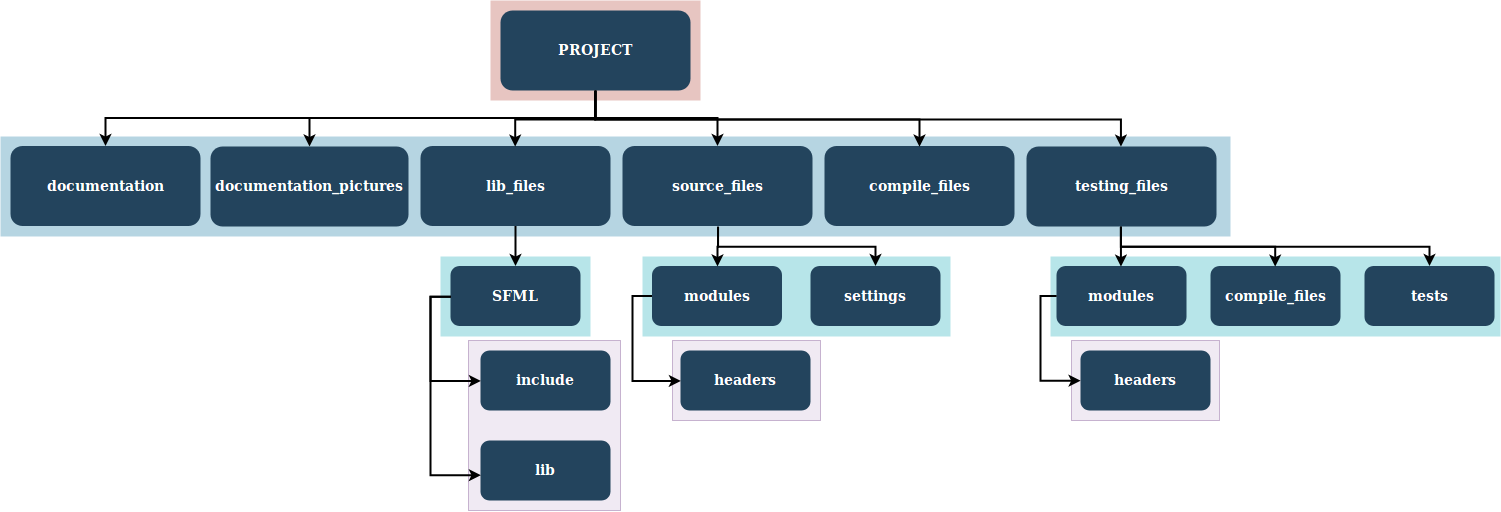
Denisson001/TP-project-game keeps this draw.io diagram as documentation_pictures/folders_diagram.png. Above is the earlier version. Source tidied: cells renumbered, new cells last; positions are measured from the earlier drawing's top-left corner, leaving out a move shared by most shapes.
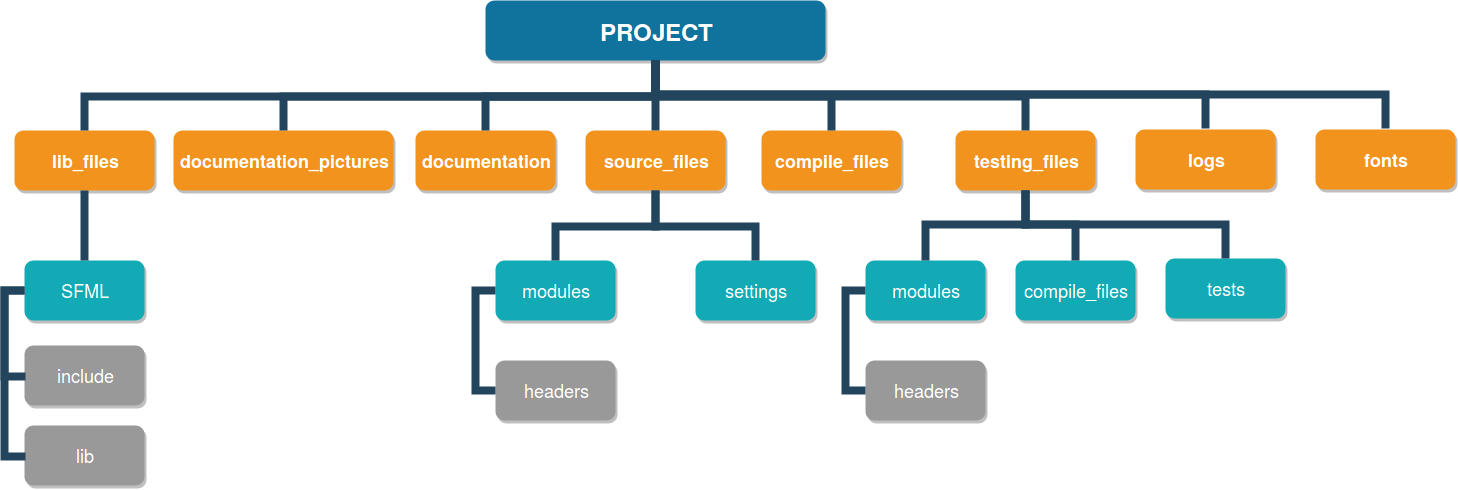
The same file after the commit.

Change to the diagram source:
```diff
@@ -2,152 +2,132 @@
   <root>
     <mxCell id="0" />
     <mxCell id="1" parent="0" />
-    <mxCell id="2" style="opacity=50;fillColor=#e1d5e7;strokeColor=#9673a6;" parent="1" vertex="1">
-      <mxGeometry x="1071" y="340" width="148" height="80" as="geometry" />
-    </mxCell>
-    <mxCell id="3" style="opacity=50;fillColor=#e1d5e7;strokeColor=#9673a6;" parent="1" vertex="1">
-      <mxGeometry x="672" y="340" width="148" height="80" as="geometry" />
-    </mxCell>
-    <mxCell id="4" style="opacity=50;fillColor=#e1d5e7;strokeColor=#9673a6;" parent="1" vertex="1">
-      <mxGeometry x="468" y="340" width="152" height="170" as="geometry" />
-    </mxCell>
-    <mxCell id="5" style="fillColor=#12AAB5;strokeColor=none;opacity=30;" parent="1" vertex="1">
-      <mxGeometry x="1050" y="256" width="450" height="80" as="geometry" />
-    </mxCell>
-    <mxCell id="6" style="fillColor=#12AAB5;strokeColor=none;opacity=30;" parent="1" vertex="1">
-      <mxGeometry x="642" y="256" width="308" height="80" as="geometry" />
-    </mxCell>
-    <mxCell id="7" style="fillColor=#12AAB5;strokeColor=none;opacity=30;" parent="1" vertex="1">
-      <mxGeometry x="440" y="256" width="150" height="80" as="geometry" />
-    </mxCell>
-    <mxCell id="8" style="fillColor=#AE4132;strokeColor=none;opacity=30;" parent="1" vertex="1">
-      <mxGeometry x="490" width="210" height="100" as="geometry" />
-    </mxCell>
-    <mxCell id="9" style="fillColor=#10739E;strokeColor=none;opacity=30;" parent="1" vertex="1">
-      <mxGeometry y="136" width="1230" height="100" as="geometry" />
-    </mxCell>
-    <mxCell id="10" value="PROJECT" style="rounded=1;fillColor=#23445D;gradientColor=none;strokeColor=none;fontColor=#FFFFFF;fontStyle=1;fontFamily=Tahoma;fontSize=14;" parent="1" vertex="1">
-      <mxGeometry x="500" y="10" width="190" height="80" as="geometry" />
+    <mxCell id="10" value="PROJECT" style="whiteSpace=wrap;rounded=1;shadow=1;fillColor=#10739E;strokeColor=none;fontColor=#FFFFFF;fontStyle=1;fontSize=24;" parent="1" vertex="1">
+      <mxGeometry x="506" y="-150" width="340" height="60" as="geometry" />
     </mxCell>
+    <mxCell id="15" value="documentation" style="whiteSpace=wrap;rounded=1;fillColor=#F2931E;strokeColor=none;shadow=1;fontColor=#FFFFFF;fontStyle=1;fontSize=18;" parent="1" vertex="1">
+      <mxGeometry x="436" y="-20" width="140" height="60" as="geometry" />
+    </mxCell>
-    <mxCell id="11" value="source_files" style="rounded=1;fillColor=#23445D;gradientColor=none;strokeColor=none;fontColor=#FFFFFF;fontStyle=1;fontFamily=Tahoma;fontSize=14;" parent="1" vertex="1">
-      <mxGeometry x="622" y="145.5" width="190" height="80" as="geometry" />
+    <mxCell id="11" value="documentation_pictures" style="whiteSpace=wrap;rounded=1;fillColor=#F2931E;strokeColor=none;shadow=1;fontColor=#FFFFFF;fontStyle=1;fontSize=18;" parent="1" vertex="1">
+      <mxGeometry x="194" y="-20" width="220" height="60" as="geometry" />
     </mxCell>
-    <mxCell id="12" style="edgeStyle=elbowEdgeStyle;elbow=vertical;strokeWidth=2;rounded=0;" parent="1" edge="1" source="10" target="11">
-      <mxGeometry x="337" y="215.5" as="geometry" />
-    </mxCell>
+    <mxCell id="32" value="testing_files" style="whiteSpace=wrap;rounded=1;fillColor=#F2931E;strokeColor=none;shadow=1;fontColor=#FFFFFF;fontStyle=1;fontSize=18;" parent="1" vertex="1">
+      <mxGeometry x="976" y="-20" width="140" height="60" as="geometry" />
+    </mxCell>
-    <mxCell id="13" value="lib_files" style="rounded=1;fillColor=#23445D;gradientColor=none;strokeColor=none;fontColor=#FFFFFF;fontStyle=1;fontFamily=Tahoma;fontSize=14;" parent="1" vertex="1">
-      <mxGeometry x="420" y="145.5" width="190" height="80" as="geometry" />
+    <mxCell id="13" value="lib_files" style="whiteSpace=wrap;rounded=1;fillColor=#F2931E;strokeColor=none;shadow=1;fontColor=#FFFFFF;fontStyle=1;fontSize=18;" parent="1" vertex="1">
+      <mxGeometry x="35" y="-20" width="140" height="60" as="geometry" />
     </mxCell>
-    <mxCell id="14" value="documentation_pictures" style="rounded=1;fillColor=#23445D;gradientColor=none;strokeColor=none;fontColor=#FFFFFF;fontStyle=1;fontFamily=Tahoma;fontSize=14;" parent="1" vertex="1">
-      <mxGeometry x="210" y="146" width="198" height="80" as="geometry" />
-    </mxCell>
-    <mxCell id="15" value="documentation" style="rounded=1;fillColor=#23445D;gradientColor=none;strokeColor=none;fontColor=#FFFFFF;fontStyle=1;fontFamily=Tahoma;fontSize=14;" parent="1" vertex="1">
-      <mxGeometry x="10" y="145.5" width="190" height="80" as="geometry" />
-    </mxCell>
+    <mxCell id="43" value="source_files" style="whiteSpace=wrap;rounded=1;fillColor=#F2931E;strokeColor=none;shadow=1;fontColor=#FFFFFF;fontStyle=1;fontSize=18;" parent="1" vertex="1">
+      <mxGeometry x="606" y="-20" width="140" height="60" as="geometry" />
+    </mxCell>
+    <mxCell id="44" value="compile_files" style="whiteSpace=wrap;rounded=1;fillColor=#F2931E;strokeColor=none;shadow=1;fontColor=#FFFFFF;fontStyle=1;fontSize=18;" parent="1" vertex="1">
+      <mxGeometry x="782" y="-20" width="140" height="60" as="geometry" />
+    </mxCell>
-    <mxCell id="16" value="SFML" style="rounded=1;fillColor=#23445D;gradientColor=none;strokeColor=none;fontColor=#FFFFFF;fontStyle=1;fontFamily=Tahoma;fontSize=14;" parent="1" vertex="1">
-      <mxGeometry x="450" y="265.5" width="130" height="60" as="geometry" />
+    <mxCell id="16" value="SFML" style="whiteSpace=wrap;rounded=1;fillColor=#12AAB5;strokeColor=none;shadow=1;fontColor=#FFFFFF;fontSize=18;" parent="1" vertex="1">
+      <mxGeometry x="45" y="110" width="120" height="60" as="geometry" />
     </mxCell>
-    <mxCell id="17" value="modules" style="rounded=1;fillColor=#23445D;gradientColor=none;strokeColor=none;fontColor=#FFFFFF;fontStyle=1;fontFamily=Tahoma;fontSize=14;" parent="1" vertex="1">
-      <mxGeometry x="651.5" y="265.5" width="130" height="60" as="geometry" />
-    </mxCell>
-    <mxCell id="18" value="headers" style="rounded=1;fillColor=#23445D;gradientColor=none;strokeColor=none;fontColor=#FFFFFF;fontStyle=1;fontFamily=Tahoma;fontSize=14;" parent="1" vertex="1">
-      <mxGeometry x="680" y="350" width="130" height="60" as="geometry" />
-    </mxCell>
-    <mxCell id="19" value="settings" style="rounded=1;fillColor=#23445D;gradientColor=none;strokeColor=none;fontColor=#FFFFFF;fontStyle=1;fontFamily=Tahoma;fontSize=14;" parent="1" vertex="1">
-      <mxGeometry x="810" y="265.5" width="130" height="60" as="geometry" />
-    </mxCell>
-    <mxCell id="20" style="edgeStyle=elbowEdgeStyle;elbow=vertical;strokeWidth=2;rounded=0;" parent="1" edge="1" source="10" target="14">
-      <mxGeometry x="347" y="225.5" as="geometry" />
-    </mxCell>
-    <mxCell id="21" style="edgeStyle=elbowEdgeStyle;elbow=vertical;strokeWidth=2;rounded=0;" parent="1" edge="1" source="10" target="15">
-      <mxGeometry x="-23" y="135.5" as="geometry" />
-    </mxCell>
-    <mxCell id="22" style="edgeStyle=elbowEdgeStyle;elbow=horizontal;strokeWidth=2;rounded=0;entryX=0;entryY=0.5;entryDx=0;entryDy=0;" parent="1" edge="1" source="17" target="18">
-      <mxGeometry x="-478" y="135.5" as="geometry">
-        <Array as="points">
-          <mxPoint x="632" y="355.5" />
-        </Array>
-      </mxGeometry>
-    </mxCell>
-    <mxCell id="23" style="edgeStyle=elbowEdgeStyle;elbow=vertical;strokeWidth=2;rounded=0;" parent="1" edge="1" source="13" target="16">
-      <mxGeometry x="-23" y="135.5" as="geometry" />
-    </mxCell>
-    <mxCell id="24" style="edgeStyle=elbowEdgeStyle;elbow=vertical;strokeWidth=2;rounded=0;exitX=0.5;exitY=1;exitDx=0;exitDy=0;" parent="1" edge="1" source="11" target="19">
-      <mxGeometry x="-23" y="135.5" as="geometry" />
-    </mxCell>
-    <mxCell id="25" style="edgeStyle=elbowEdgeStyle;elbow=vertical;strokeWidth=2;rounded=0;entryX=0.5;entryY=0;entryDx=0;entryDy=0;exitX=0.5;exitY=1;exitDx=0;exitDy=0;" parent="1" edge="1" source="10" target="13">
-      <mxGeometry x="357" y="235.5" as="geometry" />
-    </mxCell>
-    <mxCell id="26" value="include" style="rounded=1;fillColor=#23445D;gradientColor=none;strokeColor=none;fontColor=#FFFFFF;fontStyle=1;fontFamily=Tahoma;fontSize=14;" parent="1" vertex="1">
-      <mxGeometry x="480" y="350" width="130" height="60" as="geometry" />
+    <mxCell id="26" value="include" style="whiteSpace=wrap;rounded=1;fillColor=#999999;strokeColor=none;shadow=1;fontColor=#FFFFFF;fontStyle=0;fontSize=18;" parent="1" vertex="1">
+      <mxGeometry x="45" y="195" width="120" height="60" as="geometry" />
     </mxCell>
-    <mxCell id="27" value="lib" style="rounded=1;fillColor=#23445D;gradientColor=none;strokeColor=none;fontColor=#FFFFFF;fontStyle=1;fontFamily=Tahoma;fontSize=14;" parent="1" vertex="1">
-      <mxGeometry x="480" y="440" width="130" height="60" as="geometry" />
+    <mxCell id="27" value="lib" style="whiteSpace=wrap;rounded=1;fillColor=#999999;strokeColor=none;shadow=1;fontColor=#FFFFFF;fontStyle=0;fontSize=18;" parent="1" vertex="1">
+      <mxGeometry x="45" y="275" width="120" height="60" as="geometry" />
     </mxCell>
-    <mxCell id="28" style="edgeStyle=elbowEdgeStyle;elbow=horizontal;strokeWidth=2;rounded=0;entryX=0;entryY=0.5;entryDx=0;entryDy=0;exitX=0;exitY=0.5;exitDx=0;exitDy=0;" parent="1" edge="1" source="16" target="26">
-      <mxGeometry x="-770" y="141" as="geometry">
+    <mxCell id="28" style="edgeStyle=elbowEdgeStyle;elbow=horizontal;rounded=0;fontColor=#000000;endArrow=none;endFill=0;strokeWidth=8;strokeColor=#23445D;entryX=0;entryY=0.5;entryDx=0;entryDy=0;" parent="1" edge="1" source="16" target="26">
+      <mxGeometry relative="1" as="geometry">
         <Array as="points">
-          <mxPoint x="430" y="340" />
+          <mxPoint x="25" y="175" />
         </Array>
       </mxGeometry>
     </mxCell>
-    <mxCell id="29" style="edgeStyle=elbowEdgeStyle;elbow=horizontal;strokeWidth=2;rounded=0;entryX=0;entryY=0.587;entryDx=0;entryDy=0;exitX=0;exitY=0.5;exitDx=0;exitDy=0;entryPerimeter=0;" parent="1" edge="1" source="16" target="27">
-      <mxGeometry x="-760" y="151" as="geometry">
+    <mxCell id="29" style="edgeStyle=elbowEdgeStyle;elbow=horizontal;rounded=0;fontColor=#000000;endArrow=none;endFill=0;strokeWidth=8;strokeColor=#23445D;entryX=0;entryY=0.5;entryDx=0;entryDy=0;" parent="1" edge="1" source="16" target="27">
+      <mxGeometry relative="1" as="geometry">
         <Array as="points">
-          <mxPoint x="430" y="390" />
+          <mxPoint x="25" y="215" />
         </Array>
       </mxGeometry>
     </mxCell>
-    <mxCell id="30" value="compile_files" style="rounded=1;fillColor=#23445D;gradientColor=none;strokeColor=none;fontColor=#FFFFFF;fontStyle=1;fontFamily=Tahoma;fontSize=14;" parent="1" vertex="1">
-      <mxGeometry x="824" y="145.5" width="190" height="80" as="geometry" />
-    </mxCell>
-    <mxCell id="31" style="edgeStyle=elbowEdgeStyle;elbow=vertical;strokeWidth=2;rounded=0;exitX=0.5;exitY=1;exitDx=0;exitDy=0;entryX=0.5;entryY=0;entryDx=0;entryDy=0;" parent="1" edge="1" source="10" target="30">
-      <mxGeometry x="347" y="225.5" as="geometry" />
-    </mxCell>
-    <mxCell id="32" value="testing_files" style="rounded=1;fillColor=#23445D;gradientColor=none;strokeColor=none;fontColor=#FFFFFF;fontStyle=1;fontFamily=Tahoma;fontSize=14;" parent="1" vertex="1">
-      <mxGeometry x="1026" y="146" width="190" height="80" as="geometry" />
-    </mxCell>
-    <mxCell id="33" value="modules" style="rounded=1;fillColor=#23445D;gradientColor=none;strokeColor=none;fontColor=#FFFFFF;fontStyle=1;fontFamily=Tahoma;fontSize=14;" parent="1" vertex="1">
-      <mxGeometry x="1056" y="265.5" width="130" height="60" as="geometry" />
-    </mxCell>
-    <mxCell id="34" value="compile_files" style="rounded=1;fillColor=#23445D;gradientColor=none;strokeColor=none;fontColor=#FFFFFF;fontStyle=1;fontFamily=Tahoma;fontSize=14;" parent="1" vertex="1">
-      <mxGeometry x="1210" y="265.5" width="130" height="60" as="geometry" />
-    </mxCell>
+    <mxCell id="45" value="modules" style="whiteSpace=wrap;rounded=1;fillColor=#12AAB5;strokeColor=none;shadow=1;fontColor=#FFFFFF;fontSize=18;" parent="1" vertex="1">
+      <mxGeometry x="516" y="110" width="120" height="60" as="geometry" />
+    </mxCell>
+    <mxCell id="19" value="settings" style="whiteSpace=wrap;rounded=1;fillColor=#12AAB5;strokeColor=none;shadow=1;fontColor=#FFFFFF;fontSize=18;" parent="1" vertex="1">
+      <mxGeometry x="716" y="110" width="120" height="60" as="geometry" />
+    </mxCell>
+    <mxCell id="46" value="headers" style="whiteSpace=wrap;rounded=1;fillColor=#999999;strokeColor=none;shadow=1;fontColor=#FFFFFF;fontStyle=0;fontSize=18;" parent="1" vertex="1">
+      <mxGeometry x="516" y="210" width="120" height="60" as="geometry" />
+    </mxCell>
+    <mxCell id="47" style="edgeStyle=elbowEdgeStyle;elbow=horizontal;rounded=0;fontColor=#000000;endArrow=none;endFill=0;strokeWidth=8;strokeColor=#23445D;" parent="1" edge="1" source="45" target="46">
+      <mxGeometry relative="1" as="geometry">
+        <Array as="points">
+          <mxPoint x="496" y="190" />
+        </Array>
+      </mxGeometry>
+    </mxCell>
+    <mxCell id="48" value="modules" style="whiteSpace=wrap;rounded=1;fillColor=#12AAB5;strokeColor=none;shadow=1;fontColor=#FFFFFF;fontSize=18;" parent="1" vertex="1">
+      <mxGeometry x="886" y="110" width="120" height="60" as="geometry" />
+    </mxCell>
+    <mxCell id="49" value="compile_files" style="whiteSpace=wrap;rounded=1;fillColor=#12AAB5;strokeColor=none;shadow=1;fontColor=#FFFFFF;fontSize=18;" parent="1" vertex="1">
+      <mxGeometry x="1036" y="110" width="120" height="60" as="geometry" />
+    </mxCell>
+    <mxCell id="50" value="headers" style="whiteSpace=wrap;rounded=1;fillColor=#999999;strokeColor=none;shadow=1;fontColor=#FFFFFF;fontStyle=0;fontSize=18;" parent="1" vertex="1">
+      <mxGeometry x="886" y="210" width="120" height="60" as="geometry" />
+    </mxCell>
+    <mxCell id="51" style="edgeStyle=elbowEdgeStyle;elbow=horizontal;rounded=0;fontColor=#000000;endArrow=none;endFill=0;strokeWidth=8;strokeColor=#23445D;" parent="1" edge="1" source="48" target="50">
+      <mxGeometry relative="1" as="geometry">
+        <Array as="points">
+          <mxPoint x="866" y="190" />
+        </Array>
+      </mxGeometry>
+    </mxCell>
+    <mxCell id="23" style="edgeStyle=elbowEdgeStyle;elbow=vertical;rounded=0;fontColor=#000000;endArrow=none;endFill=0;strokeWidth=8;strokeColor=#23445D;" parent="1" edge="1" source="13" target="16">
+      <mxGeometry relative="1" as="geometry" />
+    </mxCell>
+    <mxCell id="52" style="edgeStyle=elbowEdgeStyle;elbow=vertical;rounded=0;fontColor=#000000;endArrow=none;endFill=0;strokeWidth=8;strokeColor=#23445D;" parent="1" edge="1" source="43" target="45">
+      <mxGeometry relative="1" as="geometry" />
+    </mxCell>
+    <mxCell id="53" style="edgeStyle=elbowEdgeStyle;elbow=vertical;rounded=0;fontColor=#000000;endArrow=none;endFill=0;strokeWidth=8;strokeColor=#23445D;" parent="1" edge="1" source="43" target="19">
+      <mxGeometry relative="1" as="geometry" />
+    </mxCell>
+    <mxCell id="54" style="edgeStyle=elbowEdgeStyle;elbow=vertical;rounded=0;fontColor=#000000;endArrow=none;endFill=0;strokeWidth=8;strokeColor=#23445D;" parent="1" edge="1" source="32" target="48">
+      <mxGeometry relative="1" as="geometry" />
+    </mxCell>
+    <mxCell id="55" style="edgeStyle=elbowEdgeStyle;elbow=vertical;rounded=0;fontColor=#000000;endArrow=none;endFill=0;strokeWidth=8;strokeColor=#23445D;" parent="1" edge="1" source="32" target="49">
+      <mxGeometry relative="1" as="geometry" />
+    </mxCell>
+    <mxCell id="21" style="edgeStyle=elbowEdgeStyle;elbow=vertical;rounded=0;fontColor=#000000;endArrow=none;endFill=0;strokeWidth=8;strokeColor=#23445D;" parent="1" edge="1" source="10" target="15">
+      <mxGeometry relative="1" as="geometry" />
+    </mxCell>
+    <mxCell id="12" style="edgeStyle=elbowEdgeStyle;elbow=vertical;rounded=0;fontColor=#000000;endArrow=none;endFill=0;strokeWidth=8;strokeColor=#23445D;" parent="1" edge="1" source="10" target="11">
+      <mxGeometry relative="1" as="geometry" />
+    </mxCell>
+    <mxCell id="25" style="edgeStyle=elbowEdgeStyle;elbow=vertical;rounded=0;fontColor=#000000;endArrow=none;endFill=0;strokeWidth=8;strokeColor=#23445D;" parent="1" edge="1" source="10" target="13">
+      <mxGeometry relative="1" as="geometry" />
+    </mxCell>
+    <mxCell id="56" style="edgeStyle=elbowEdgeStyle;elbow=vertical;rounded=0;fontColor=#000000;endArrow=none;endFill=0;strokeWidth=8;strokeColor=#23445D;" parent="1" edge="1" source="10" target="43">
+      <mxGeometry relative="1" as="geometry" />
+    </mxCell>
+    <mxCell id="57" style="edgeStyle=elbowEdgeStyle;elbow=vertical;rounded=0;fontColor=#000000;endArrow=none;endFill=0;strokeWidth=8;strokeColor=#23445D;" parent="1" edge="1" source="10" target="44">
+      <mxGeometry relative="1" as="geometry" />
+    </mxCell>
+    <mxCell id="41" style="edgeStyle=elbowEdgeStyle;elbow=vertical;rounded=0;fontColor=#000000;endArrow=none;endFill=0;strokeWidth=8;strokeColor=#23445D;" parent="1" edge="1" source="10" target="32">
+      <mxGeometry relative="1" as="geometry" />
+    </mxCell>
+    <mxCell id="58" value="logs" style="whiteSpace=wrap;rounded=1;fillColor=#F2931E;strokeColor=none;shadow=1;fontColor=#FFFFFF;fontStyle=1;fontSize=18;" parent="1" vertex="1">
+      <mxGeometry x="1156" y="-21" width="140" height="60" as="geometry" />
+    </mxCell>
+    <mxCell id="59" value="fonts" style="whiteSpace=wrap;rounded=1;fillColor=#F2931E;strokeColor=none;shadow=1;fontColor=#FFFFFF;fontStyle=1;fontSize=18;" parent="1" vertex="1">
+      <mxGeometry x="1336" y="-21" width="140" height="60" as="geometry" />
+    </mxCell>
+    <mxCell id="60" style="edgeStyle=elbowEdgeStyle;elbow=vertical;rounded=0;fontColor=#000000;endArrow=none;endFill=0;strokeWidth=8;strokeColor=#23445D;entryX=0.5;entryY=0;entryDx=0;entryDy=0;exitX=0.5;exitY=1;exitDx=0;exitDy=0;" parent="1" edge="1" source="10" target="58">
+      <mxGeometry relative="1" as="geometry" />
+    </mxCell>
+    <mxCell id="61" style="edgeStyle=elbowEdgeStyle;elbow=vertical;rounded=0;fontColor=#000000;endArrow=none;endFill=0;strokeWidth=8;strokeColor=#23445D;entryX=0.5;entryY=0;entryDx=0;entryDy=0;exitX=0.5;exitY=1;exitDx=0;exitDy=0;" parent="1" edge="1" source="10" target="59">
+      <mxGeometry relative="1" as="geometry" />
+    </mxCell>
-    <mxCell id="35" value="tests" style="rounded=1;fillColor=#23445D;gradientColor=none;strokeColor=none;fontColor=#FFFFFF;fontStyle=1;fontFamily=Tahoma;fontSize=14;" parent="1" vertex="1">
-      <mxGeometry x="1364" y="265.5" width="130" height="60" as="geometry" />
+    <mxCell id="35" value="tests" style="whiteSpace=wrap;rounded=1;fillColor=#12AAB5;strokeColor=none;shadow=1;fontColor=#FFFFFF;fontSize=18;" parent="1" vertex="1">
+      <mxGeometry x="1186" y="108" width="120" height="60" as="geometry" />
     </mxCell>
-    <mxCell id="36" value="headers" style="rounded=1;fillColor=#23445D;gradientColor=none;strokeColor=none;fontColor=#FFFFFF;fontStyle=1;fontFamily=Tahoma;fontSize=14;" parent="1" vertex="1">
-      <mxGeometry x="1080" y="350" width="130" height="60" as="geometry" />
-    </mxCell>
-    <mxCell id="37" style="edgeStyle=elbowEdgeStyle;elbow=horizontal;strokeWidth=2;rounded=0;entryX=0;entryY=0.5;entryDx=0;entryDy=0;exitX=0;exitY=0.5;exitDx=0;exitDy=0;" parent="1" edge="1">
-      <mxGeometry x="-170" y="165.5" as="geometry">
-        <mxPoint x="1056.1" y="295.4" as="sourcePoint" />
-        <mxPoint x="1080.1" y="380.2" as="targetPoint" />
-        <Array as="points">
-          <mxPoint x="1040" y="340" />
-        </Array>
-      </mxGeometry>
-    </mxCell>
-    <mxCell id="38" style="edgeStyle=elbowEdgeStyle;elbow=vertical;strokeWidth=2;rounded=0;entryX=0.5;entryY=0;entryDx=0;entryDy=0;exitX=0.5;exitY=1;exitDx=0;exitDy=0;" parent="1" edge="1" source="32" target="33">
-      <mxGeometry x="162" y="165.5" as="geometry">
-        <Array as="points">
-          <mxPoint x="1140" y="250" />
-        </Array>
-      </mxGeometry>
-    </mxCell>
-    <mxCell id="39" style="edgeStyle=elbowEdgeStyle;elbow=vertical;strokeWidth=2;rounded=0;entryX=0.5;entryY=0;entryDx=0;entryDy=0;exitX=0.5;exitY=1;exitDx=0;exitDy=0;" parent="1" edge="1" source="32" target="34">
-      <mxGeometry x="172" y="175.5" as="geometry" />
-    </mxCell>
-    <mxCell id="40" style="edgeStyle=elbowEdgeStyle;elbow=vertical;strokeWidth=2;rounded=0;exitX=0.5;exitY=1;exitDx=0;exitDy=0;" parent="1" edge="1" source="32" target="35">
-      <mxGeometry x="182" y="185.5" as="geometry" />
+    <mxCell id="40" style="edgeStyle=elbowEdgeStyle;elbow=vertical;rounded=0;fontColor=#000000;endArrow=none;endFill=0;strokeWidth=8;strokeColor=#23445D;exitX=0.5;exitY=1;exitDx=0;exitDy=0;" parent="1" edge="1" source="32" target="35">
+      <mxGeometry relative="1" as="geometry" />
     </mxCell>
-    <mxCell id="41" style="edgeStyle=elbowEdgeStyle;elbow=vertical;strokeWidth=2;rounded=0;exitX=0.5;exitY=1;exitDx=0;exitDy=0;entryX=0.5;entryY=0;entryDx=0;entryDy=0;" parent="1" edge="1" source="10" target="32">
-      <mxGeometry x="357" y="235.5" as="geometry" />
-    </mxCell>
-    <mxCell id="42" style="edgeStyle=elbowEdgeStyle;elbow=vertical;strokeWidth=2;rounded=0;exitX=0.5;exitY=1;exitDx=0;exitDy=0;" parent="1" edge="1" source="11">
-      <mxGeometry x="-13" y="145.5" as="geometry">
-        <mxPoint x="717" y="266" as="targetPoint" />
-      </mxGeometry>
-    </mxCell>
   </root>
 </mxGraphModel>
```
